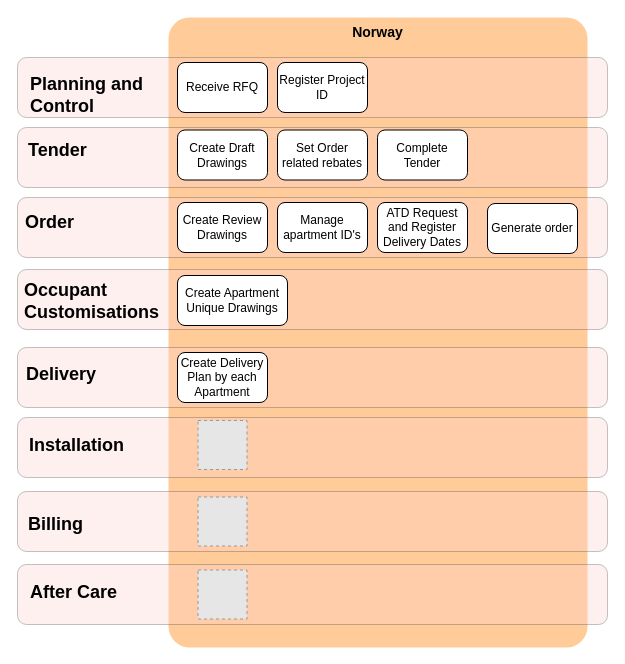
The draw.io diagram page "Project Norway" (5 of 12) of Commercial Model.drawio in mrf742002/Diagrams, before the edit. Source tidied: cells renumbered, new cells numbered last; positions are measured from the earlier drawing's top-left corner, leaving out a move shared by most shapes. Both pictures are drawn from the tidied source at 100%, with x=0, y=0 at pixel (17, 17). Pictures stored in the file or linked from it are replaced by grey dashed boxes.
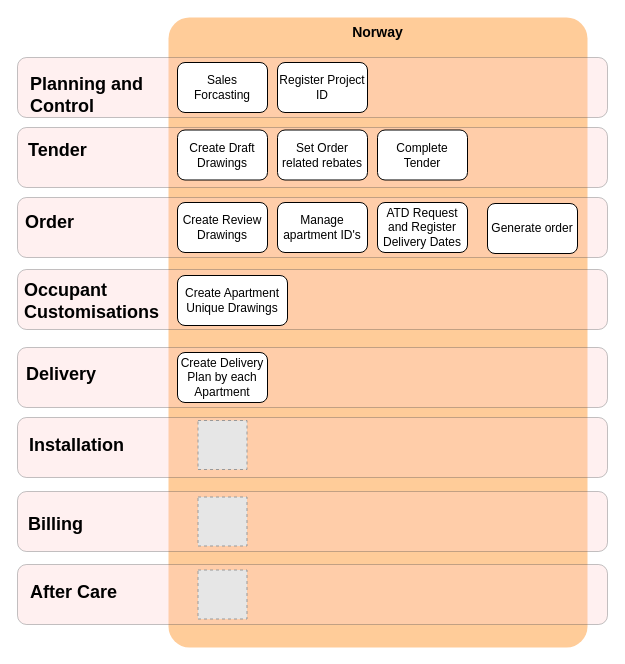
Above is the later version.

Change to the diagram source:
```diff
@@
-    <mxCell id="17" value="Receive RFQ" style="rounded=1;whiteSpace=wrap;html=1;" parent="1" vertex="1">
+    <mxCell id="17" value="Sales Forcasting" style="rounded=1;whiteSpace=wrap;html=1;" parent="1" vertex="1">
       <mxGeometry x="160" y="45" width="90" height="50" as="geometry" />
     </mxCell>
```
